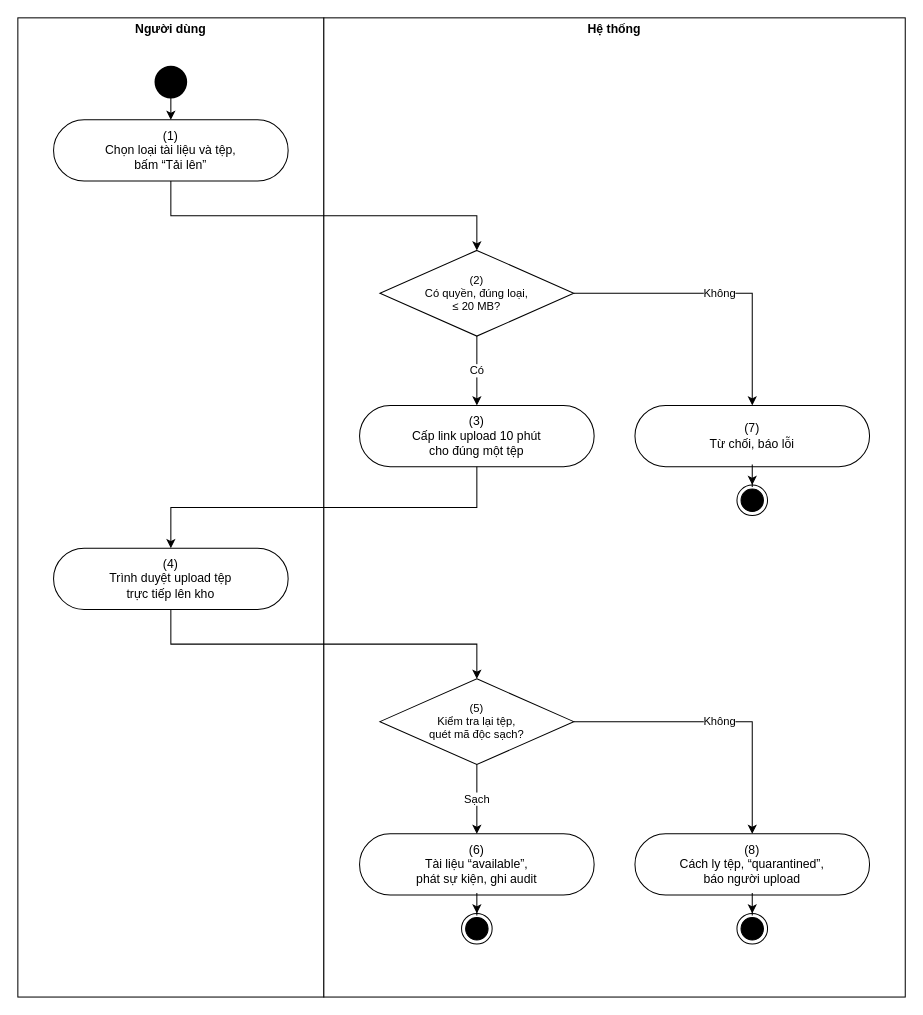
This is page "UC 28 Upload a clinical document" (1 of 4) of docs/02-requirements/srs/dist/diagrams/10-activity-documents.drawio from viethung12062005/smart-hospital-platform, a draw.io file, before an edit. Source tidied: cells renumbered, new cells numbered last; positions are measured from the earlier drawing's top-left corner, leaving out a move shared by most shapes. Both pictures are drawn from the tidied source at 102%, with x=0, y=0 at pixel (17, 17).
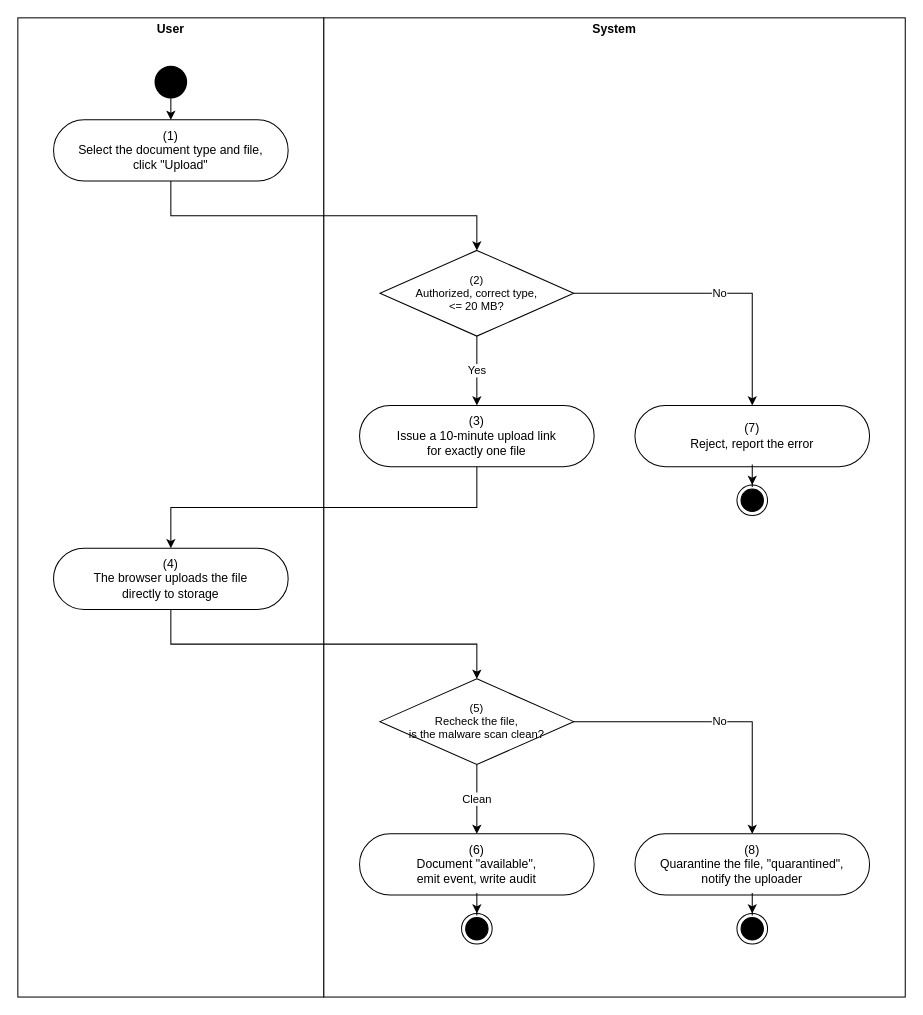
The same diagram, later.

What changed in the source:
```diff
@@
-    <mxCell id="2" value="&lt;p style=&quot;margin:0px;margin-top:4px;text-align:center&quot;&gt;&lt;b&gt;Người dùng&lt;/b&gt;&lt;/p&gt;" style="verticalAlign=top;align=left;overflow=fill;fontSize=12;fontFamily=Helvetica;html=1;rounded=0;shadow=0;strokeColor=#000000;gradientColor=none;whiteSpace=wrap;" parent="1" vertex="1">
+    <mxCell id="2" value="&lt;p style=&quot;margin:0px;margin-top:4px;text-align:center&quot;&gt;&lt;b&gt;User&lt;/b&gt;&lt;/p&gt;" style="verticalAlign=top;align=left;overflow=fill;fontSize=12;fontFamily=Helvetica;html=1;rounded=0;shadow=0;strokeColor=#000000;gradientColor=none;whiteSpace=wrap;" parent="1" vertex="1">
       <mxGeometry width="300" height="960" as="geometry" />
     </mxCell>
-    <mxCell id="3" value="&lt;p style=&quot;margin:0px;margin-top:4px;text-align:center&quot;&gt;&lt;b&gt;Hệ thống&lt;/b&gt;&lt;/p&gt;" style="verticalAlign=top;align=left;overflow=fill;fontSize=12;fontFamily=Helvetica;html=1;rounded=0;shadow=0;strokeColor=#000000;gradientColor=none;whiteSpace=wrap;" parent="1" vertex="1">
+    <mxCell id="3" value="&lt;p style=&quot;margin:0px;margin-top:4px;text-align:center&quot;&gt;&lt;b&gt;System&lt;/b&gt;&lt;/p&gt;" style="verticalAlign=top;align=left;overflow=fill;fontSize=12;fontFamily=Helvetica;html=1;rounded=0;shadow=0;strokeColor=#000000;gradientColor=none;whiteSpace=wrap;" parent="1" vertex="1">
       <mxGeometry x="300" width="570" height="960" as="geometry" />
     </mxCell>
-    <mxCell id="4" value="(1)&lt;br&gt;Chọn loại tài liệu và tệp,&lt;br&gt;bấm “Tải lên”" style="html=1;dashed=0;whitespace=wrap;shape=mxgraph.dfd.start;rounded=0;shadow=0;strokeColor=#000000;gradientColor=none;whiteSpace=wrap;fontSize=12;" parent="1" vertex="1">
+    <mxCell id="4" value="(1)&lt;br&gt;Select the document type and file,&lt;br&gt;click &amp;quot;Upload&amp;quot;" style="html=1;dashed=0;whitespace=wrap;shape=mxgraph.dfd.start;rounded=0;shadow=0;strokeColor=#000000;gradientColor=none;whiteSpace=wrap;fontSize=12;" parent="1" vertex="1">
       <mxGeometry x="35" y="100" width="230" height="60" as="geometry" />
     </mxCell>
-    <mxCell id="5" value="(2)&lt;br&gt;Có quyền, đúng loại,&lt;br&gt;≤ 20 MB?" style="rhombus;html=1;whiteSpace=wrap;strokeColor=#000000;fontSize=11;" parent="1" vertex="1">
+    <mxCell id="5" value="(2)&lt;br&gt;Authorized, correct type,&lt;br&gt;&amp;lt;= 20 MB?" style="rhombus;html=1;whiteSpace=wrap;strokeColor=#000000;fontSize=11;" parent="1" vertex="1">
       <mxGeometry x="355" y="228" width="190" height="84" as="geometry" />
     </mxCell>
-    <mxCell id="6" value="(3)&lt;br&gt;Cấp link upload 10 phút&lt;br&gt;cho đúng một tệp" style="html=1;dashed=0;whitespace=wrap;shape=mxgraph.dfd.start;rounded=0;shadow=0;strokeColor=#000000;gradientColor=none;whiteSpace=wrap;fontSize=12;" parent="1" vertex="1">
+    <mxCell id="6" value="(3)&lt;br&gt;Issue a 10-minute upload link&lt;br&gt;for exactly one file" style="html=1;dashed=0;whitespace=wrap;shape=mxgraph.dfd.start;rounded=0;shadow=0;strokeColor=#000000;gradientColor=none;whiteSpace=wrap;fontSize=12;" parent="1" vertex="1">
       <mxGeometry x="335" y="380" width="230" height="60" as="geometry" />
     </mxCell>
-    <mxCell id="7" value="(4)&lt;br&gt;Trình duyệt upload tệp&lt;br&gt;trực tiếp lên kho" style="html=1;dashed=0;whitespace=wrap;shape=mxgraph.dfd.start;rounded=0;shadow=0;strokeColor=#000000;gradientColor=none;whiteSpace=wrap;fontSize=12;" parent="1" vertex="1">
+    <mxCell id="7" value="(4)&lt;br&gt;The browser uploads the file&lt;br&gt;directly to storage" style="html=1;dashed=0;whitespace=wrap;shape=mxgraph.dfd.start;rounded=0;shadow=0;strokeColor=#000000;gradientColor=none;whiteSpace=wrap;fontSize=12;" parent="1" vertex="1">
       <mxGeometry x="35" y="520" width="230" height="60" as="geometry" />
     </mxCell>
-    <mxCell id="8" value="(5)&lt;br&gt;Kiểm tra lại tệp,&lt;br&gt;quét mã độc sạch?" style="rhombus;html=1;whiteSpace=wrap;strokeColor=#000000;fontSize=11;" parent="1" vertex="1">
+    <mxCell id="8" value="(5)&lt;br&gt;Recheck the file,&lt;br&gt;is the malware scan clean?" style="rhombus;html=1;whiteSpace=wrap;strokeColor=#000000;fontSize=11;" parent="1" vertex="1">
       <mxGeometry x="355" y="648" width="190" height="84" as="geometry" />
     </mxCell>
-    <mxCell id="9" value="(6)&lt;br&gt;Tài liệu “available”,&lt;br&gt;phát sự kiện, ghi audit" style="html=1;dashed=0;whitespace=wrap;shape=mxgraph.dfd.start;rounded=0;shadow=0;strokeColor=#000000;gradientColor=none;whiteSpace=wrap;fontSize=12;" parent="1" vertex="1">
+    <mxCell id="9" value="(6)&lt;br&gt;Document &amp;quot;available&amp;quot;,&lt;br&gt;emit event, write audit" style="html=1;dashed=0;whitespace=wrap;shape=mxgraph.dfd.start;rounded=0;shadow=0;strokeColor=#000000;gradientColor=none;whiteSpace=wrap;fontSize=12;" parent="1" vertex="1">
       <mxGeometry x="335" y="800" width="230" height="60" as="geometry" />
     </mxCell>
-    <mxCell id="10" value="(7)&lt;br&gt;Từ chối, báo lỗi" style="html=1;dashed=0;whitespace=wrap;shape=mxgraph.dfd.start;rounded=0;shadow=0;strokeColor=#000000;gradientColor=none;whiteSpace=wrap;fontSize=12;" parent="1" vertex="1">
+    <mxCell id="10" value="(7)&lt;br&gt;Reject, report the error" style="html=1;dashed=0;whitespace=wrap;shape=mxgraph.dfd.start;rounded=0;shadow=0;strokeColor=#000000;gradientColor=none;whiteSpace=wrap;fontSize=12;" parent="1" vertex="1">
       <mxGeometry x="605" y="380" width="230" height="60" as="geometry" />
     </mxCell>
-    <mxCell id="11" value="(8)&lt;br&gt;Cách ly tệp, “quarantined”,&lt;br&gt;báo người upload" style="html=1;dashed=0;whitespace=wrap;shape=mxgraph.dfd.start;rounded=0;shadow=0;strokeColor=#000000;gradientColor=none;whiteSpace=wrap;fontSize=12;" parent="1" vertex="1">
+    <mxCell id="11" value="(8)&lt;br&gt;Quarantine the file, &amp;quot;quarantined&amp;quot;,&lt;br&gt;notify the uploader" style="html=1;dashed=0;whitespace=wrap;shape=mxgraph.dfd.start;rounded=0;shadow=0;strokeColor=#000000;gradientColor=none;whiteSpace=wrap;fontSize=12;" parent="1" vertex="1">
       <mxGeometry x="605" y="800" width="230" height="60" as="geometry" />
     </mxCell>
@@
-    <mxCell id="15" value="Có" style="edgeStyle=orthogonalEdgeStyle;rounded=0;jettySize=auto;html=1;exitX=0.5;exitY=1;exitDx=0;exitDy=0;entryX=0.5;entryY=0;entryDx=0;entryDy=0;" parent="1" edge="1" source="5" target="6">
+    <mxCell id="15" value="Yes" style="edgeStyle=orthogonalEdgeStyle;rounded=0;jettySize=auto;html=1;exitX=0.5;exitY=1;exitDx=0;exitDy=0;entryX=0.5;entryY=0;entryDx=0;entryDy=0;" parent="1" edge="1" source="5" target="6">
       <mxGeometry relative="1" as="geometry" />
     </mxCell>
-    <mxCell id="16" value="Không" style="edgeStyle=orthogonalEdgeStyle;rounded=0;jettySize=auto;html=1;exitX=1;exitY=0.5;exitDx=0;exitDy=0;entryX=0.5;entryY=0;entryDx=0;entryDy=0;" parent="1" edge="1" source="5" target="10">
+    <mxCell id="16" value="No" style="edgeStyle=orthogonalEdgeStyle;rounded=0;jettySize=auto;html=1;exitX=1;exitY=0.5;exitDx=0;exitDy=0;entryX=0.5;entryY=0;entryDx=0;entryDy=0;" parent="1" edge="1" source="5" target="10">
       <mxGeometry relative="1" as="geometry" />
     </mxCell>
@@
-    <mxCell id="19" value="Sạch" style="edgeStyle=orthogonalEdgeStyle;rounded=0;jettySize=auto;html=1;exitX=0.5;exitY=1;exitDx=0;exitDy=0;entryX=0.5;entryY=0;entryDx=0;entryDy=0;" parent="1" edge="1" source="8" target="9">
+    <mxCell id="19" value="Clean" style="edgeStyle=orthogonalEdgeStyle;rounded=0;jettySize=auto;html=1;exitX=0.5;exitY=1;exitDx=0;exitDy=0;entryX=0.5;entryY=0;entryDx=0;entryDy=0;" parent="1" edge="1" source="8" target="9">
       <mxGeometry relative="1" as="geometry" />
     </mxCell>
-    <mxCell id="20" value="Không" style="edgeStyle=orthogonalEdgeStyle;rounded=0;jettySize=auto;html=1;exitX=1;exitY=0.5;exitDx=0;exitDy=0;entryX=0.5;entryY=0;entryDx=0;entryDy=0;" parent="1" edge="1" source="8" target="11">
+    <mxCell id="20" value="No" style="edgeStyle=orthogonalEdgeStyle;rounded=0;jettySize=auto;html=1;exitX=1;exitY=0.5;exitDx=0;exitDy=0;entryX=0.5;entryY=0;entryDx=0;entryDy=0;" parent="1" edge="1" source="8" target="11">
       <mxGeometry relative="1" as="geometry" />
     </mxCell>
```
